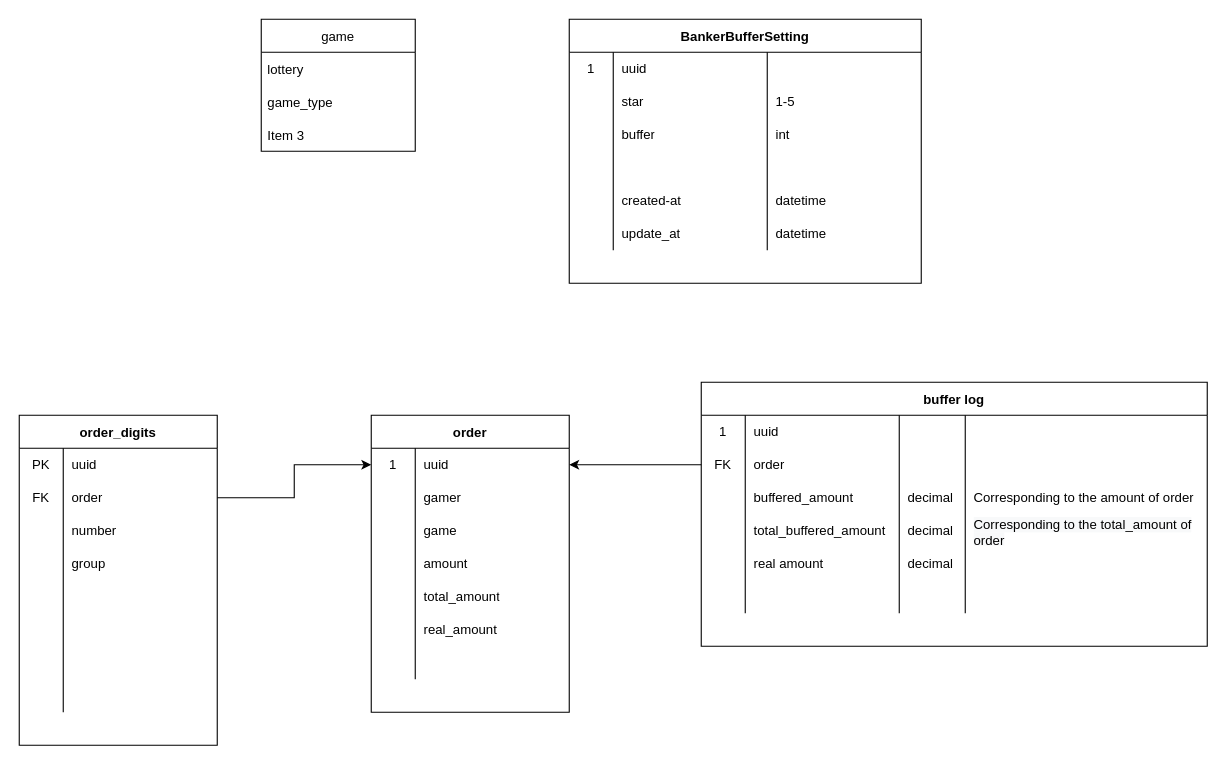
This is page "ERD" (1 of 2) of Untitled Diagram.drawio from benntuecon/00, a draw.io file, before an edit. Source tidied: cells renumbered, new cells numbered last; positions are measured from the earlier drawing's top-left corner, leaving out a move shared by most shapes. Both pictures are drawn from the tidied source at 110%, with x=0, y=0 at pixel (19, 19).
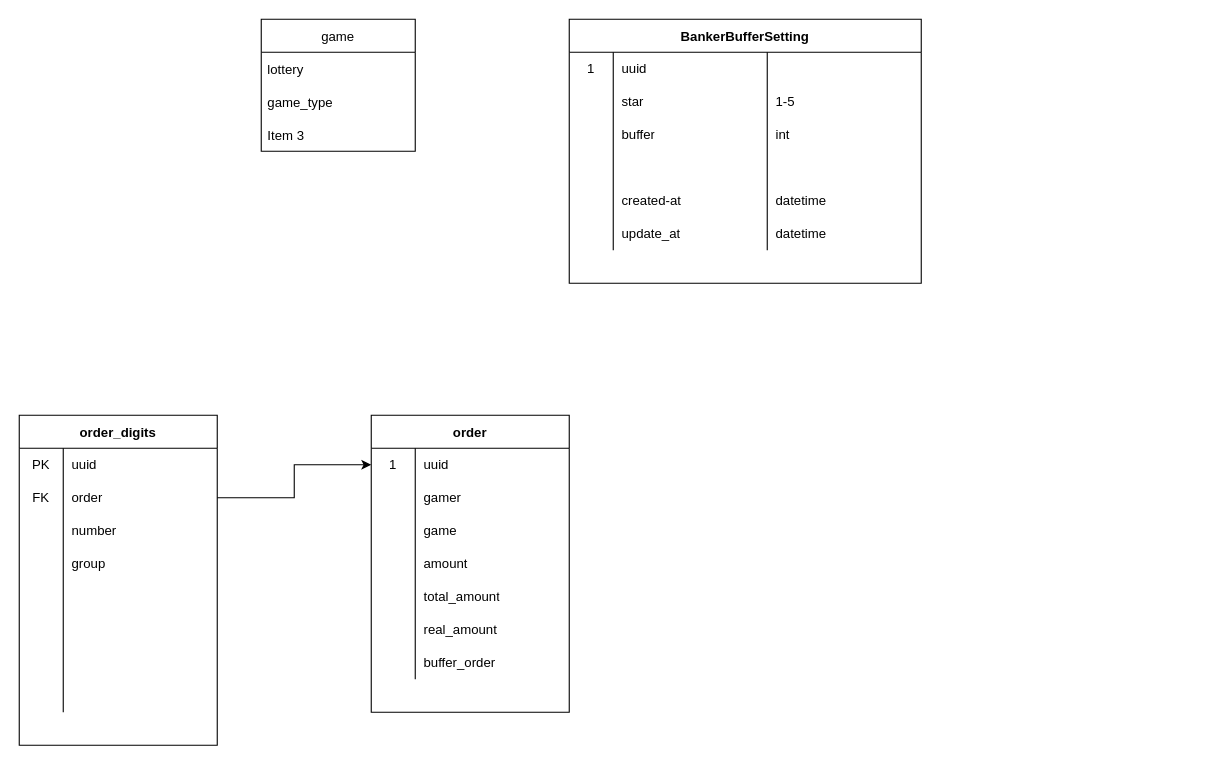
The same page after the edit.

Unchanged cells that the change refers to:
```xml
<mxCell id="32" style="shape=tableRow;horizontal=0;startSize=0;swimlaneHead=0;swimlaneBody=0;top=0;left=0;bottom=0;right=0;fillColor=none;points=[[0,0.5],[1,0.5]];portConstraint=eastwest;" parent="31" vertex="1">
  <mxGeometry y="30" width="180" height="30" as="geometry" />
</mxCell>
<mxCell id="50" style="shape=tableRow;horizontal=0;startSize=0;swimlaneHead=0;swimlaneBody=0;top=0;left=0;bottom=0;right=0;fillColor=none;" parent="31" vertex="1">
  <mxGeometry y="210" width="180" height="30" as="geometry" />
</mxCell>
```

Diff of the diagram source:
```diff
@@
-    <mxCell id="52" style="shape=partialRectangle;html=1;whiteSpace=wrap;fillColor=none;top=0;left=0;bottom=0;right=0;align=left;spacingLeft=6;overflow=hidden;" parent="50" vertex="1">
+    <mxCell id="52" value="buffer_order" style="shape=partialRectangle;html=1;whiteSpace=wrap;fillColor=none;top=0;left=0;bottom=0;right=0;align=left;spacingLeft=6;overflow=hidden;" parent="50" vertex="1">
       <mxGeometry x="40" width="140" height="30" as="geometry" />
     </mxCell>
-    <mxCell id="53" value="buffer log" style="shape=table;startSize=30;childLayout=tableLayout;rowLines=0;fontStyle=1;" parent="1" vertex="1">
-      <mxGeometry x="620" y="330" width="460" height="240" as="geometry" />
-    </mxCell>
-    <mxCell id="54" style="shape=tableRow;horizontal=0;startSize=0;swimlaneHead=0;swimlaneBody=0;top=0;left=0;bottom=0;right=0;fillColor=none;" parent="53" vertex="1">
-      <mxGeometry y="30" width="460" height="30" as="geometry" />
-    </mxCell>
-    <mxCell id="55" value="1" style="shape=partialRectangle;html=1;whiteSpace=wrap;fillColor=none;top=0;left=0;bottom=0;right=0;overflow=hidden;" parent="54" vertex="1">
-      <mxGeometry width="40" height="30" as="geometry" />
-    </mxCell>
-    <mxCell id="56" value="uuid" style="shape=partialRectangle;html=1;whiteSpace=wrap;fillColor=none;top=0;left=0;bottom=0;right=0;align=left;spacingLeft=6;overflow=hidden;" parent="54" vertex="1">
-      <mxGeometry x="40" width="140" height="30" as="geometry" />
-    </mxCell>
-    <mxCell id="57" style="shape=partialRectangle;html=1;whiteSpace=wrap;fillColor=none;top=0;left=0;bottom=0;right=0;align=left;spacingLeft=6;overflow=hidden;" parent="54" vertex="1">
-      <mxGeometry x="180" width="60" height="30" as="geometry" />
-    </mxCell>
-    <mxCell id="58" style="shape=partialRectangle;html=1;whiteSpace=wrap;fillColor=none;top=0;left=0;bottom=0;right=0;align=left;spacingLeft=6;overflow=hidden;" parent="54" vertex="1">
-      <mxGeometry x="240" width="220" height="30" as="geometry" />
-    </mxCell>
-    <mxCell id="59" style="shape=tableRow;horizontal=0;startSize=0;swimlaneHead=0;swimlaneBody=0;top=0;left=0;bottom=0;right=0;fillColor=none;points=[[0,0.5],[1,0.5]];portConstraint=eastwest;" parent="53" vertex="1">
-      <mxGeometry y="60" width="460" height="30" as="geometry" />
-    </mxCell>
-    <mxCell id="60" value="FK" style="shape=partialRectangle;html=1;whiteSpace=wrap;fillColor=none;top=0;left=0;bottom=0;right=0;overflow=hidden;" parent="59" vertex="1">
-      <mxGeometry width="40" height="30" as="geometry" />
-    </mxCell>
-    <mxCell id="61" value="order" style="shape=partialRectangle;html=1;whiteSpace=wrap;fillColor=none;top=0;left=0;bottom=0;right=0;align=left;spacingLeft=6;overflow=hidden;" parent="59" vertex="1">
-      <mxGeometry x="40" width="140" height="30" as="geometry" />
-    </mxCell>
-    <mxCell id="62" style="shape=partialRectangle;html=1;whiteSpace=wrap;fillColor=none;top=0;left=0;bottom=0;right=0;align=left;spacingLeft=6;overflow=hidden;" parent="59" vertex="1">
-      <mxGeometry x="180" width="60" height="30" as="geometry" />
-    </mxCell>
-    <mxCell id="63" style="shape=partialRectangle;html=1;whiteSpace=wrap;fillColor=none;top=0;left=0;bottom=0;right=0;align=left;spacingLeft=6;overflow=hidden;" parent="59" vertex="1">
-      <mxGeometry x="240" width="220" height="30" as="geometry" />
-    </mxCell>
-    <mxCell id="64" style="shape=tableRow;horizontal=0;startSize=0;swimlaneHead=0;swimlaneBody=0;top=0;left=0;bottom=0;right=0;fillColor=none;" parent="53" vertex="1">
-      <mxGeometry y="90" width="460" height="30" as="geometry" />
-    </mxCell>
-    <mxCell id="65" style="shape=partialRectangle;html=1;whiteSpace=wrap;fillColor=none;top=0;left=0;bottom=0;right=0;overflow=hidden;" parent="64" vertex="1">
-      <mxGeometry width="40" height="30" as="geometry" />
-    </mxCell>
-    <mxCell id="66" value="buffered_amount" style="shape=partialRectangle;html=1;whiteSpace=wrap;fillColor=none;top=0;left=0;bottom=0;right=0;align=left;spacingLeft=6;overflow=hidden;" parent="64" vertex="1">
-      <mxGeometry x="40" width="140" height="30" as="geometry" />
-    </mxCell>
-    <mxCell id="67" value="decimal" style="shape=partialRectangle;html=1;whiteSpace=wrap;fillColor=none;top=0;left=0;bottom=0;right=0;align=left;spacingLeft=6;overflow=hidden;" parent="64" vertex="1">
-      <mxGeometry x="180" width="60" height="30" as="geometry" />
-    </mxCell>
-    <mxCell id="68" value="Corresponding to the amount of order" style="shape=partialRectangle;html=1;whiteSpace=wrap;fillColor=none;top=0;left=0;bottom=0;right=0;align=left;spacingLeft=6;overflow=hidden;" parent="64" vertex="1">
-      <mxGeometry x="240" width="220" height="30" as="geometry" />
-    </mxCell>
-    <mxCell id="69" style="shape=tableRow;horizontal=0;startSize=0;swimlaneHead=0;swimlaneBody=0;top=0;left=0;bottom=0;right=0;fillColor=none;" parent="53" vertex="1">
-      <mxGeometry y="120" width="460" height="30" as="geometry" />
-    </mxCell>
-    <mxCell id="70" style="shape=partialRectangle;html=1;whiteSpace=wrap;fillColor=none;top=0;left=0;bottom=0;right=0;overflow=hidden;" parent="69" vertex="1">
-      <mxGeometry width="40" height="30" as="geometry" />
-    </mxCell>
-    <mxCell id="71" value="total_buffered_amount" style="shape=partialRectangle;html=1;whiteSpace=wrap;fillColor=none;top=0;left=0;bottom=0;right=0;align=left;spacingLeft=6;overflow=hidden;" parent="69" vertex="1">
-      <mxGeometry x="40" width="140" height="30" as="geometry" />
-    </mxCell>
-    <mxCell id="72" value="&lt;span style=&quot;&quot;&gt;decimal&lt;/span&gt;" style="shape=partialRectangle;html=1;whiteSpace=wrap;fillColor=none;top=0;left=0;bottom=0;right=0;align=left;spacingLeft=6;overflow=hidden;" parent="69" vertex="1">
-      <mxGeometry x="180" width="60" height="30" as="geometry" />
-    </mxCell>
-    <mxCell id="73" value="&lt;span style=&quot;color: rgb(0, 0, 0); font-family: Helvetica; font-size: 12px; font-style: normal; font-variant-ligatures: normal; font-variant-caps: normal; font-weight: 400; letter-spacing: normal; orphans: 2; text-align: left; text-indent: 0px; text-transform: none; widows: 2; word-spacing: 0px; -webkit-text-stroke-width: 0px; background-color: rgb(248, 249, 250); text-decoration-thickness: initial; text-decoration-style: initial; text-decoration-color: initial; float: none; display: inline !important;&quot;&gt;Corresponding to the total_amount of order&lt;/span&gt;" style="shape=partialRectangle;html=1;whiteSpace=wrap;fillColor=none;top=0;left=0;bottom=0;right=0;align=left;spacingLeft=6;overflow=hidden;" parent="69" vertex="1">
-      <mxGeometry x="240" width="220" height="30" as="geometry" />
-    </mxCell>
-    <mxCell id="74" style="shape=tableRow;horizontal=0;startSize=0;swimlaneHead=0;swimlaneBody=0;top=0;left=0;bottom=0;right=0;fillColor=none;" parent="53" vertex="1">
-      <mxGeometry y="150" width="460" height="30" as="geometry" />
-    </mxCell>
-    <mxCell id="75" style="shape=partialRectangle;html=1;whiteSpace=wrap;fillColor=none;top=0;left=0;bottom=0;right=0;overflow=hidden;" parent="74" vertex="1">
-      <mxGeometry width="40" height="30" as="geometry" />
-    </mxCell>
-    <mxCell id="76" value="real amount&amp;nbsp;" style="shape=partialRectangle;html=1;whiteSpace=wrap;fillColor=none;top=0;left=0;bottom=0;right=0;align=left;spacingLeft=6;overflow=hidden;" parent="74" vertex="1">
-      <mxGeometry x="40" width="140" height="30" as="geometry" />
-    </mxCell>
-    <mxCell id="77" value="&lt;span style=&quot;&quot;&gt;decimal&lt;/span&gt;" style="shape=partialRectangle;html=1;whiteSpace=wrap;fillColor=none;top=0;left=0;bottom=0;right=0;align=left;spacingLeft=6;overflow=hidden;" parent="74" vertex="1">
-      <mxGeometry x="180" width="60" height="30" as="geometry" />
-    </mxCell>
-    <mxCell id="78" style="shape=partialRectangle;html=1;whiteSpace=wrap;fillColor=none;top=0;left=0;bottom=0;right=0;align=left;spacingLeft=6;overflow=hidden;" parent="74" vertex="1">
-      <mxGeometry x="240" width="220" height="30" as="geometry" />
-    </mxCell>
-    <mxCell id="79" style="shape=tableRow;horizontal=0;startSize=0;swimlaneHead=0;swimlaneBody=0;top=0;left=0;bottom=0;right=0;fillColor=none;" parent="53" vertex="1">
-      <mxGeometry y="180" width="460" height="30" as="geometry" />
-    </mxCell>
-    <mxCell id="80" style="shape=partialRectangle;html=1;whiteSpace=wrap;fillColor=none;top=0;left=0;bottom=0;right=0;overflow=hidden;" parent="79" vertex="1">
-      <mxGeometry width="40" height="30" as="geometry" />
-    </mxCell>
-    <mxCell id="81" style="shape=partialRectangle;html=1;whiteSpace=wrap;fillColor=none;top=0;left=0;bottom=0;right=0;align=left;spacingLeft=6;overflow=hidden;" parent="79" vertex="1">
-      <mxGeometry x="40" width="140" height="30" as="geometry" />
-    </mxCell>
-    <mxCell id="82" style="shape=partialRectangle;html=1;whiteSpace=wrap;fillColor=none;top=0;left=0;bottom=0;right=0;align=left;spacingLeft=6;overflow=hidden;" parent="79" vertex="1">
-      <mxGeometry x="180" width="60" height="30" as="geometry" />
-    </mxCell>
-    <mxCell id="83" style="shape=partialRectangle;html=1;whiteSpace=wrap;fillColor=none;top=0;left=0;bottom=0;right=0;align=left;spacingLeft=6;overflow=hidden;" parent="79" vertex="1">
-      <mxGeometry x="240" width="220" height="30" as="geometry" />
-    </mxCell>
-    <mxCell id="84" style="edgeStyle=orthogonalEdgeStyle;rounded=0;jettySize=auto;html=1;entryX=1;entryY=0.5;entryDx=0;entryDy=0;fontSize=20;" parent="1" edge="1" source="59" target="32">
-      <mxGeometry relative="1" as="geometry" />
-    </mxCell>
```
